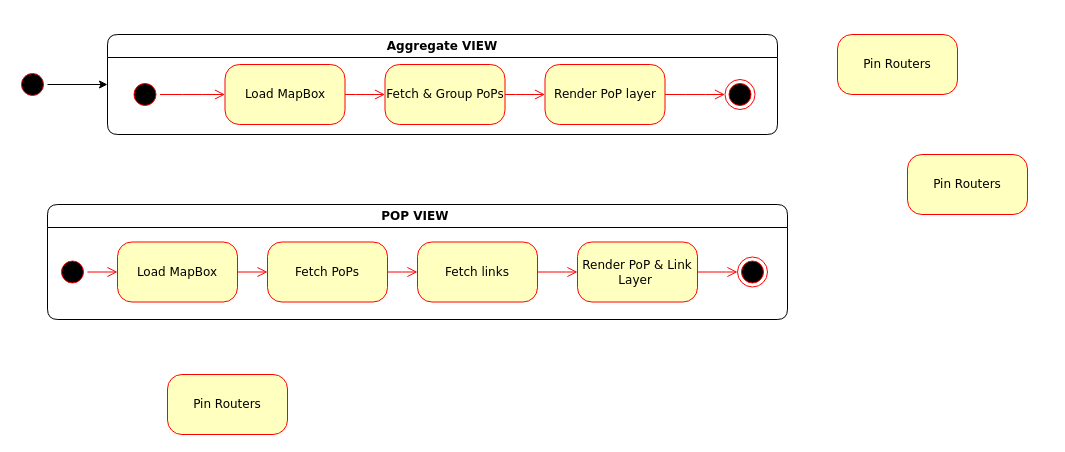
Before: systemStates.drawio in EliasSih/MAIT-, a draw.io diagram. Source tidied: cells renumbered, new cells numbered last; positions are measured from the earlier drawing's top-left corner, leaving out a move shared by most shapes. Both pictures are drawn from the tidied source at 100%, with x=0, y=0 at pixel (17, 34).
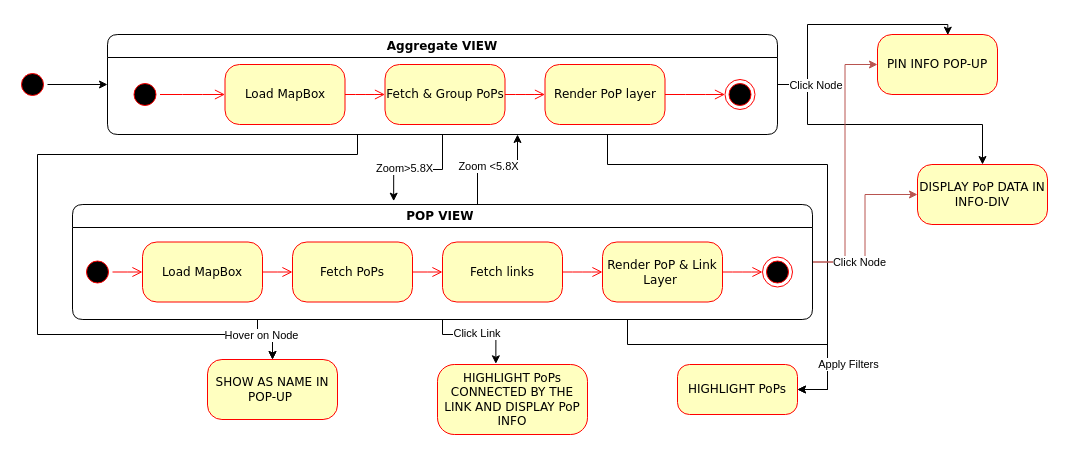
Above is the later version.

Unchanged cells that the change refers to:
```xml
<mxCell id="2" value="Aggregate VIEW" style="swimlane;whiteSpace=wrap;html=1;rounded=1;shadow=0;comic=0;labelBackgroundColor=none;strokeWidth=1;fontFamily=Verdana;fontSize=12;align=center;startSize=23;" parent="1" vertex="1">
  <mxGeometry x="90" width="670" height="100" as="geometry" />
</mxCell>
```

What changed in the source:
```diff
@@
+    <mxCell id="29" style="edgeStyle=orthogonalEdgeStyle;rounded=0;jettySize=auto;html=1;entryX=0.586;entryY=0.011;entryDx=0;entryDy=0;entryPerimeter=0;" parent="1" edge="1" source="2" target="24">
+      <mxGeometry relative="1" as="geometry">
+        <Array as="points">
+          <mxPoint x="790" y="50" />
+          <mxPoint x="790" y="-10" />
+          <mxPoint x="930" y="-10" />
+        </Array>
+      </mxGeometry>
+    </mxCell>
+    <mxCell id="30" style="edgeStyle=orthogonalEdgeStyle;rounded=0;jettySize=auto;html=1;entryX=0.5;entryY=0;entryDx=0;entryDy=0;exitX=1;exitY=0.75;exitDx=0;exitDy=0;" parent="1" edge="1" target="26">
+      <mxGeometry relative="1" as="geometry">
+        <mxPoint x="760" y="66.3" as="sourcePoint" />
+        <Array as="points">
+          <mxPoint x="760" y="50" />
+          <mxPoint x="790" y="50" />
+          <mxPoint x="790" y="90" />
+          <mxPoint x="965" y="90" />
+        </Array>
+      </mxGeometry>
+    </mxCell>
+    <mxCell id="31" value="Click Node&amp;nbsp;" style="edgeLabel;html=1;align=center;verticalAlign=middle;" parent="30" vertex="1">
+      <mxGeometry x="-0.73" y="1" relative="1" as="geometry">
+        <mxPoint x="15" y="1" as="offset" />
+      </mxGeometry>
+    </mxCell>
+    <mxCell id="32" style="edgeStyle=orthogonalEdgeStyle;rounded=0;jettySize=auto;html=1;entryX=0.434;entryY=-0.029;entryDx=0;entryDy=0;entryPerimeter=0;" parent="1" edge="1" source="2" target="12">
+      <mxGeometry relative="1" as="geometry" />
+    </mxCell>
+    <mxCell id="33" value="Zoom&amp;gt;5.8X" style="edgeLabel;html=1;align=center;verticalAlign=middle;" parent="32" vertex="1">
+      <mxGeometry x="0.29" y="-2" relative="1" as="geometry" />
+    </mxCell>
+    <mxCell id="34" style="edgeStyle=orthogonalEdgeStyle;rounded=0;jettySize=auto;html=1;entryX=0.5;entryY=0;entryDx=0;entryDy=0;" parent="1" edge="1" source="2" target="25">
+      <mxGeometry relative="1" as="geometry">
+        <Array as="points">
+          <mxPoint x="340" y="120" />
+          <mxPoint x="20" y="120" />
+          <mxPoint x="20" y="300" />
+          <mxPoint x="255" y="300" />
+        </Array>
+      </mxGeometry>
+    </mxCell>
+    <mxCell id="35" style="edgeStyle=orthogonalEdgeStyle;rounded=0;jettySize=auto;html=1;entryX=1;entryY=0.5;entryDx=0;entryDy=0;" parent="1" edge="1" source="2" target="47">
+      <mxGeometry relative="1" as="geometry">
+        <Array as="points">
+          <mxPoint x="590" y="130" />
+          <mxPoint x="810" y="130" />
+          <mxPoint x="810" y="355" />
+        </Array>
+      </mxGeometry>
+    </mxCell>
@@
+    <mxCell id="36" style="edgeStyle=orthogonalEdgeStyle;rounded=0;jettySize=auto;html=1;entryX=0.389;entryY=-0.01;entryDx=0;entryDy=0;entryPerimeter=0;" parent="1" edge="1" source="12" target="48">
+      <mxGeometry relative="1" as="geometry">
+        <Array as="points">
+          <mxPoint x="425" y="300" />
+          <mxPoint x="478" y="300" />
+        </Array>
+      </mxGeometry>
+    </mxCell>
+    <mxCell id="37" value="Click Link&amp;nbsp;" style="edgeLabel;html=1;align=center;verticalAlign=middle;" parent="36" vertex="1">
+      <mxGeometry x="0.03" y="2" relative="1" as="geometry" />
+    </mxCell>
+    <mxCell id="38" style="edgeStyle=orthogonalEdgeStyle;rounded=0;jettySize=auto;html=1;fillColor=#f8cecc;strokeColor=#b85450;" parent="1" edge="1" source="12" target="26">
+      <mxGeometry relative="1" as="geometry" />
+    </mxCell>
+    <mxCell id="39" style="edgeStyle=orthogonalEdgeStyle;rounded=0;jettySize=auto;html=1;entryX=0;entryY=0.5;entryDx=0;entryDy=0;fillColor=#f8cecc;strokeColor=#b85450;" parent="1" edge="1" source="12" target="24">
+      <mxGeometry relative="1" as="geometry" />
+    </mxCell>
+    <mxCell id="40" value="Click Node" style="edgeLabel;html=1;align=center;verticalAlign=middle;" parent="39" vertex="1">
+      <mxGeometry x="-0.9" relative="1" as="geometry">
+        <mxPoint x="33" as="offset" />
+      </mxGeometry>
+    </mxCell>
+    <mxCell id="41" style="edgeStyle=orthogonalEdgeStyle;rounded=0;jettySize=auto;html=1;entryX=0.5;entryY=0;entryDx=0;entryDy=0;exitX=0.25;exitY=1;exitDx=0;exitDy=0;" parent="1" edge="1" source="12" target="25">
+      <mxGeometry relative="1" as="geometry">
+        <Array as="points">
+          <mxPoint x="240" y="300" />
+          <mxPoint x="255" y="300" />
+        </Array>
+      </mxGeometry>
+    </mxCell>
+    <mxCell id="42" value="Hover on Node" style="edgeLabel;html=1;align=center;verticalAlign=middle;" parent="41" vertex="1">
+      <mxGeometry x="-0.33" relative="1" as="geometry" />
+    </mxCell>
+    <mxCell id="43" style="edgeStyle=orthogonalEdgeStyle;rounded=0;jettySize=auto;html=1;" parent="1" edge="1" source="12">
+      <mxGeometry relative="1" as="geometry">
+        <mxPoint x="500" y="100" as="targetPoint" />
+        <Array as="points">
+          <mxPoint x="460" y="131" />
+          <mxPoint x="501" y="131" />
+          <mxPoint x="501" y="130" />
+          <mxPoint x="500" y="130" />
+        </Array>
+      </mxGeometry>
+    </mxCell>
+    <mxCell id="44" value="Zoom &amp;lt;5.8X" style="edgeLabel;html=1;align=center;verticalAlign=middle;" parent="43" vertex="1">
+      <mxGeometry x="-0.12" relative="1" as="geometry" />
+    </mxCell>
+    <mxCell id="45" style="edgeStyle=orthogonalEdgeStyle;rounded=0;jettySize=auto;html=1;entryX=1;entryY=0.5;entryDx=0;entryDy=0;exitX=0.75;exitY=1;exitDx=0;exitDy=0;" parent="1" edge="1" source="12" target="47">
+      <mxGeometry relative="1" as="geometry">
+        <Array as="points">
+          <mxPoint x="610" y="310" />
+          <mxPoint x="810" y="310" />
+          <mxPoint x="810" y="355" />
+        </Array>
+      </mxGeometry>
+    </mxCell>
+    <mxCell id="46" value="Apply Filters" style="edgeLabel;html=1;align=center;verticalAlign=middle;" parent="45" vertex="1">
+      <mxGeometry x="0.66" y="2" relative="1" as="geometry">
+        <mxPoint x="18" y="-5" as="offset" />
+      </mxGeometry>
+    </mxCell>
     <mxCell id="12" value="POP VIEW&amp;nbsp;" style="swimlane;whiteSpace=wrap;html=1;rounded=1;shadow=0;comic=0;labelBackgroundColor=none;strokeWidth=1;fontFamily=Verdana;fontSize=12;align=center;startSize=23;" parent="1" vertex="1">
-      <mxGeometry x="30" y="170" width="740" height="115" as="geometry" />
+      <mxGeometry x="55" y="170" width="740" height="115" as="geometry" />
     </mxCell>
@@
-    <mxCell id="24" value="Pin Routers" style="rounded=1;whiteSpace=wrap;html=1;arcSize=24;fillColor=#ffffc0;strokeColor=#ff0000;shadow=0;comic=0;labelBackgroundColor=none;fontFamily=Verdana;fontSize=12;fontColor=#000000;align=center;" parent="1" vertex="1">
-      <mxGeometry x="820" width="120" height="60" as="geometry" />
+    <mxCell id="24" value="PIN INFO POP-UP" style="rounded=1;whiteSpace=wrap;html=1;arcSize=24;fillColor=#ffffc0;strokeColor=#ff0000;shadow=0;comic=0;labelBackgroundColor=none;fontFamily=Verdana;fontSize=12;fontColor=#000000;align=center;" parent="1" vertex="1">
+      <mxGeometry x="860" width="120" height="60" as="geometry" />
     </mxCell>
-    <mxCell id="25" value="Pin Routers" style="rounded=1;whiteSpace=wrap;html=1;arcSize=24;fillColor=#ffffc0;strokeColor=#ff0000;shadow=0;comic=0;labelBackgroundColor=none;fontFamily=Verdana;fontSize=12;fontColor=#000000;align=center;" parent="1" vertex="1">
-      <mxGeometry x="150" y="340" width="120" height="60" as="geometry" />
+    <mxCell id="25" value="SHOW AS NAME IN POP-UP&amp;nbsp;" style="rounded=1;whiteSpace=wrap;html=1;arcSize=24;fillColor=#ffffc0;strokeColor=#ff0000;shadow=0;comic=0;labelBackgroundColor=none;fontFamily=Verdana;fontSize=12;fontColor=#000000;align=center;" parent="1" vertex="1">
+      <mxGeometry x="190" y="325" width="130" height="60" as="geometry" />
     </mxCell>
-    <mxCell id="26" value="Pin Routers" style="rounded=1;whiteSpace=wrap;html=1;arcSize=24;fillColor=#ffffc0;strokeColor=#ff0000;shadow=0;comic=0;labelBackgroundColor=none;fontFamily=Verdana;fontSize=12;fontColor=#000000;align=center;" parent="1" vertex="1">
-      <mxGeometry x="890" y="120" width="120" height="60" as="geometry" />
+    <mxCell id="26" value="DISPLAY PoP DATA IN INFO-DIV" style="rounded=1;whiteSpace=wrap;html=1;arcSize=24;fillColor=#ffffc0;strokeColor=#ff0000;shadow=0;comic=0;labelBackgroundColor=none;fontFamily=Verdana;fontSize=12;fontColor=#000000;align=center;" parent="1" vertex="1">
+      <mxGeometry x="900" y="130" width="130" height="60" as="geometry" />
     </mxCell>
@@
+    <mxCell id="47" value="HIGHLIGHT PoPs" style="rounded=1;whiteSpace=wrap;html=1;arcSize=24;fillColor=#ffffc0;strokeColor=#ff0000;shadow=0;comic=0;labelBackgroundColor=none;fontFamily=Verdana;fontSize=12;fontColor=#000000;align=center;" parent="1" vertex="1">
+      <mxGeometry x="660" y="330" width="120" height="50" as="geometry" />
+    </mxCell>
+    <mxCell id="48" value="HIGHLIGHT PoPs CONNECTED BY THE LINK AND DISPLAY PoP INFO" style="rounded=1;whiteSpace=wrap;html=1;arcSize=24;fillColor=#ffffc0;strokeColor=#ff0000;shadow=0;comic=0;labelBackgroundColor=none;fontFamily=Verdana;fontSize=12;fontColor=#000000;align=center;" parent="1" vertex="1">
+      <mxGeometry x="420" y="330" width="150" height="70" as="geometry" />
+    </mxCell>
```
